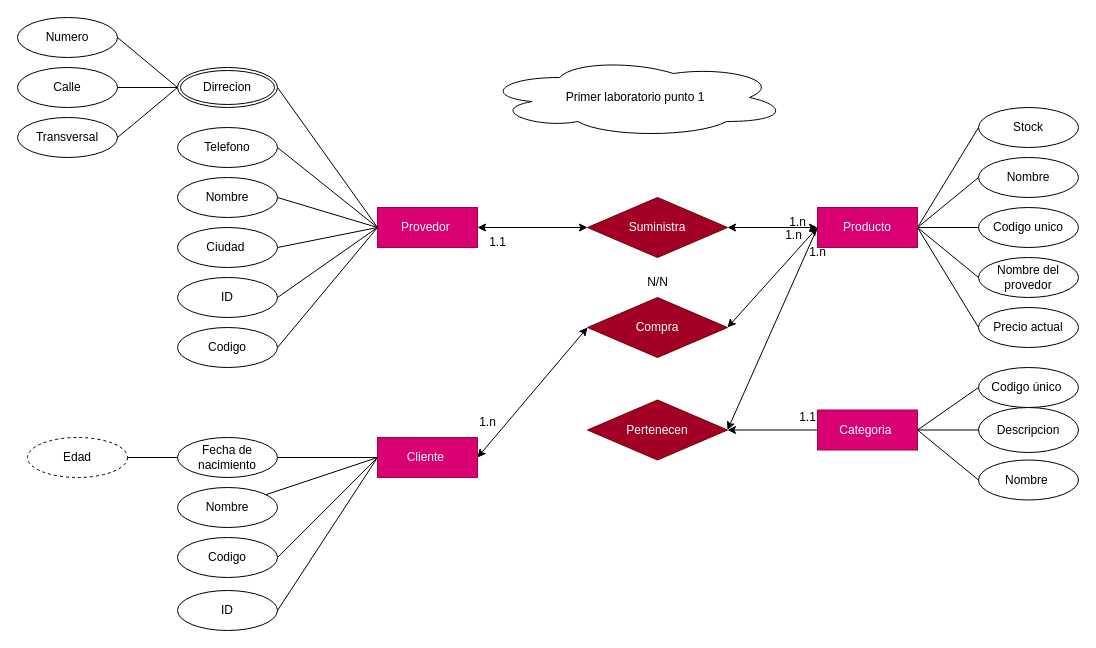
Before: requisitos de sofware/Diagrama sin título.drawio in TatianaDaza/uni, a draw.io diagram. Source tidied: cells renumbered, new cells numbered last; positions are measured from the earlier drawing's top-left corner, leaving out a move shared by most shapes. Both pictures are drawn from the tidied source at 100%, with x=0, y=0 at pixel (17, 17).
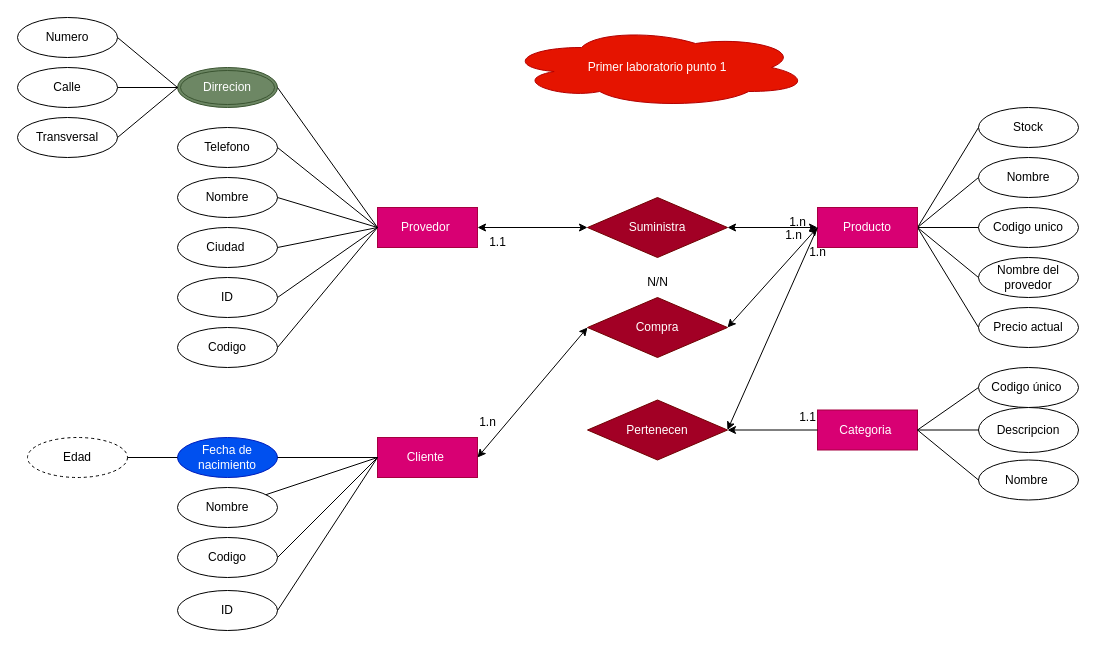
The same page after the edit.

What changed in the source:
```diff
@@
-    <mxCell id="4" value="Fecha de nacimiento" style="ellipse;whiteSpace=wrap;html=1;align=center;" parent="1" vertex="1">
+    <mxCell id="4" value="Fecha de nacimiento" style="ellipse;whiteSpace=wrap;html=1;align=center;fillColor=#0050ef;fontColor=#ffffff;strokeColor=#001DBC;" parent="1" vertex="1">
       <mxGeometry x="160" y="420" width="100" height="40" as="geometry" />
     </mxCell>
@@
-    <mxCell id="13" value="Dirrecion" style="ellipse;shape=doubleEllipse;margin=3;whiteSpace=wrap;html=1;align=center;" parent="1" vertex="1">
+    <mxCell id="13" value="Dirrecion" style="ellipse;shape=doubleEllipse;margin=3;whiteSpace=wrap;html=1;align=center;fillColor=#6d8764;fontColor=#ffffff;strokeColor=#3A5431;" parent="1" vertex="1">
       <mxGeometry x="160" y="50" width="100" height="40" as="geometry" />
     </mxCell>
@@
-    <mxCell id="66" value="Primer laboratorio punto 1" style="ellipse;shape=cloud;whiteSpace=wrap;html=1;fillColor=light-dark(#FFFFFF,#33FFFF);" parent="1" vertex="1">
-      <mxGeometry x="466" y="40" width="304" height="80" as="geometry" />
+    <mxCell id="66" value="Primer laboratorio punto 1" style="ellipse;shape=cloud;whiteSpace=wrap;html=1;fillColor=#e51400;fontColor=#ffffff;strokeColor=#B20000;" parent="1" vertex="1">
+      <mxGeometry x="488" y="10" width="304" height="80" as="geometry" />
     </mxCell>
```
